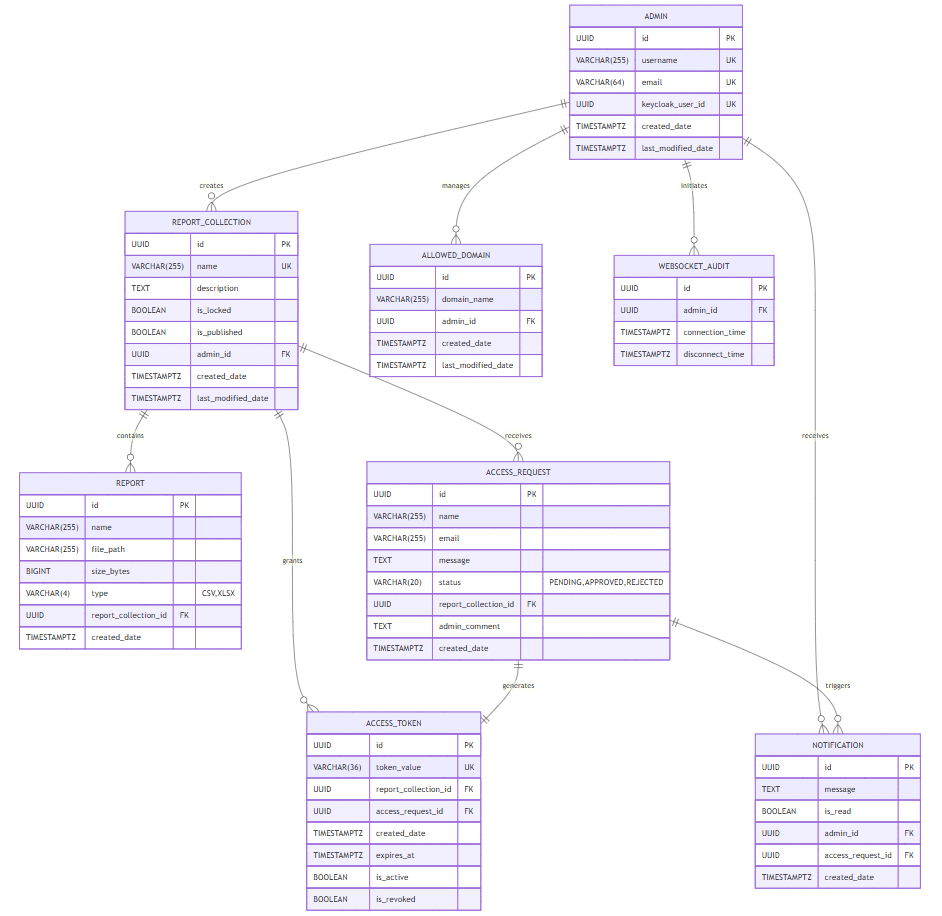
Before: replocker-plan/uml_diagram_models/er-model.png, a diagram exported from Mermaid (davakinyemi/replocker). Its source is kept beside it as replocker-plan/uml_diagram_models/er-model.mmd.
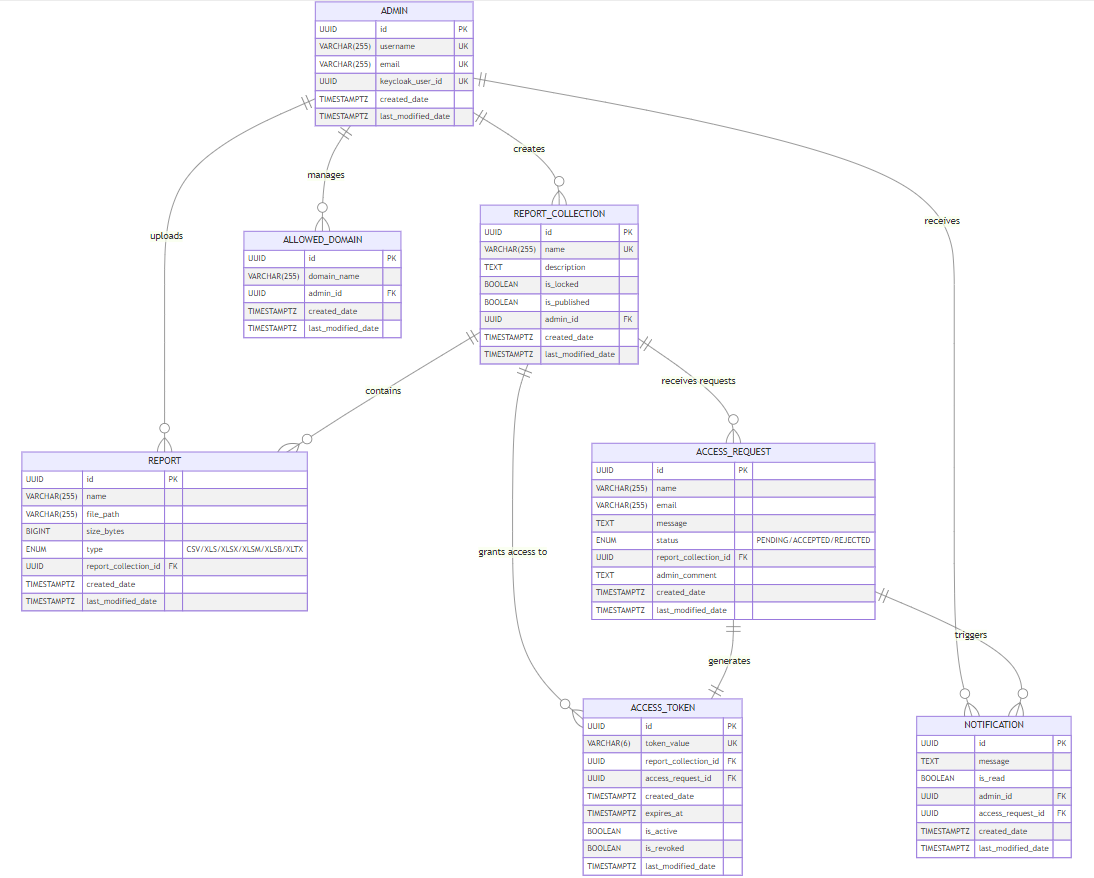
The same file after the commit.

Diff of the diagram source:
```diff
@@ -1,11 +1,11 @@
 erDiagram
     ADMIN ||--o{ REPORT_COLLECTION : "creates"
+    ADMIN ||--o{ REPORT : "uploads"
     ADMIN ||--o{ ALLOWED_DOMAIN : "manages"
-    ADMIN ||--o{ WEBSOCKET_AUDIT : "initiates"
     ADMIN ||--o{ NOTIFICATION : "receives"
 
     REPORT_COLLECTION ||--o{ REPORT : "contains"
-    REPORT_COLLECTION ||--o{ ACCESS_REQUEST : "receives requests for"
+    REPORT_COLLECTION ||--o{ ACCESS_REQUEST : "receives requests"
     REPORT_COLLECTION ||--o{ ACCESS_TOKEN : "grants access to"
 
     ACCESS_REQUEST ||--|| ACCESS_TOKEN : "generates"
@@ -14,7 +14,7 @@
     ADMIN {
         UUID id PK
         VARCHAR(255) username UK
-        VARCHAR(64) email UK
+        VARCHAR(255) email UK
         UUID keycloak_user_id UK
         TIMESTAMPTZ created_date
         TIMESTAMPTZ last_modified_date
@@ -36,9 +36,10 @@
         VARCHAR(255) name
         VARCHAR(255) file_path
         BIGINT size_bytes
-        ENUM report_type "CSV/XLSX"
+        ENUM type "CSV/XLS/XLSX/XLSM/XLSB/XLTX"
         UUID report_collection_id FK
         TIMESTAMPTZ created_date
+        TIMESTAMPTZ last_modified_date
     }
 
     ACCESS_REQUEST {
@@ -50,17 +51,19 @@
         UUID report_collection_id FK
         TEXT admin_comment
         TIMESTAMPTZ created_date
+        TIMESTAMPTZ last_modified_date
     }
 
     ACCESS_TOKEN {
         UUID id PK
-        VARCHAR(36) token_value UK
+        VARCHAR(6) token_value UK
         UUID report_collection_id FK
         UUID access_request_id FK
         TIMESTAMPTZ created_date
         TIMESTAMPTZ expires_at
         BOOLEAN is_active
         BOOLEAN is_revoked
+        TIMESTAMPTZ last_modified_date
     }
 
     ALLOWED_DOMAIN {
@@ -78,11 +81,6 @@
         UUID admin_id FK
         UUID access_request_id FK
         TIMESTAMPTZ created_date
+        TIMESTAMPTZ last_modified_date
     }
 
-    WEBSOCKET_AUDIT {
-        UUID id PK
-        UUID admin_id FK
-        TIMESTAMPTZ connection_time
-        TIMESTAMPTZ disconnect_time
-    }
```
